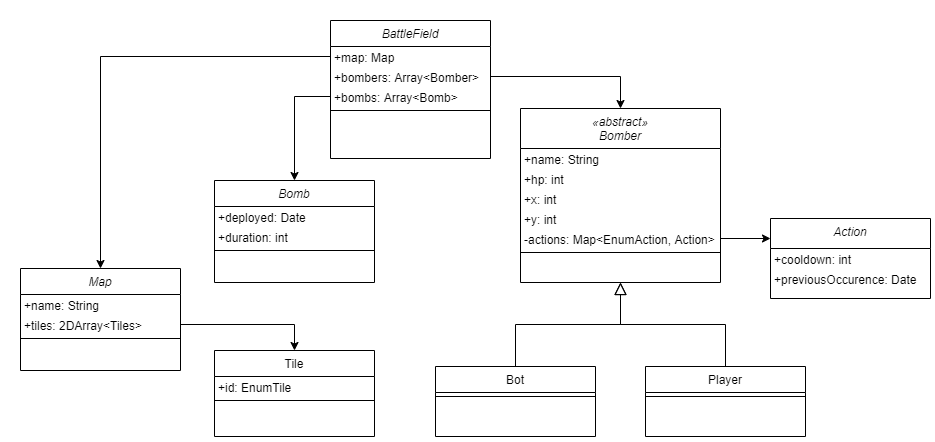
The draw.io diagram docs/GoGo.png in Darderion/GoGo, before a commit. Source tidied: cells renumbered, new cells last; positions are measured from the earlier drawing's top-left corner, leaving out a move shared by most shapes.
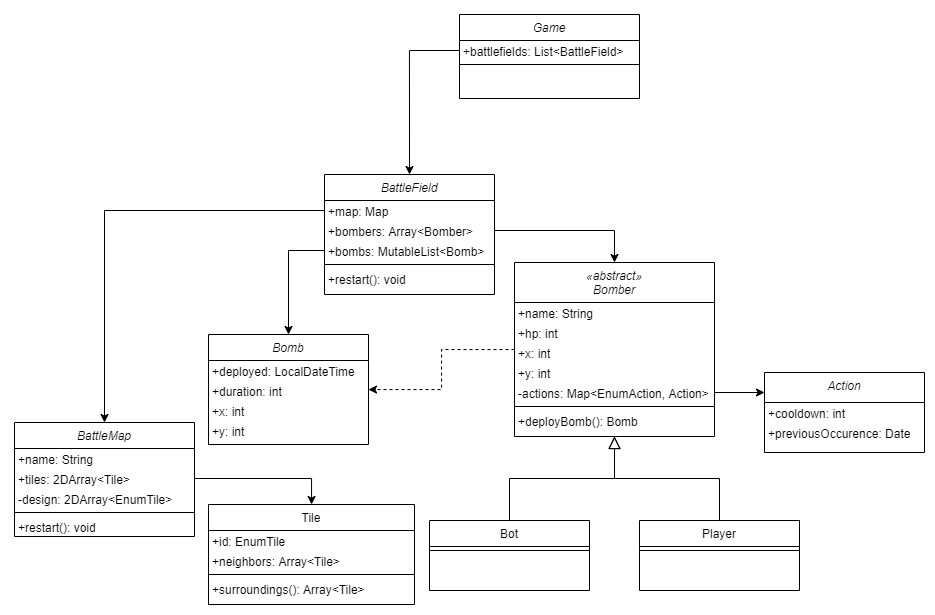
After the commit.

The edit, as a diff of the source:
```diff
@@ -2,42 +2,60 @@
   <root>
     <mxCell id="0" />
     <mxCell id="1" parent="0" />
-    <mxCell id="2" value="Map" style="swimlane;fontStyle=2;align=center;verticalAlign=top;horizontal=1;startSize=26;rounded=0;shadow=0;strokeWidth=1;" parent="1" vertex="1">
-      <mxGeometry y="248" width="160" height="102" as="geometry" />
+    <mxCell id="2" value="BattleMap" style="swimlane;fontStyle=2;align=center;verticalAlign=top;horizontal=1;startSize=26;rounded=0;shadow=0;strokeWidth=1;" parent="1" vertex="1">
+      <mxGeometry y="248" width="180" height="114" as="geometry" />
     </mxCell>
     <mxCell id="3" value="+name: String" style="text;align=left;verticalAlign=top;spacingLeft=4;spacingRight=4;overflow=hidden;spacing=0;" parent="2" vertex="1">
-      <mxGeometry y="26" width="160" height="20" as="geometry" />
+      <mxGeometry y="26" width="180" height="20" as="geometry" />
     </mxCell>
-    <mxCell id="4" value="+tiles: 2DArray&lt;Tiles&gt;" style="text;align=left;verticalAlign=top;spacingLeft=4;spacingRight=4;overflow=hidden;points=[[0,0.5],[1,0.5]];portConstraint=eastwest;spacing=0;" parent="2" vertex="1">
-      <mxGeometry y="46" width="160" height="20" as="geometry" />
+    <mxCell id="4" value="+tiles: 2DArray&lt;Tile&gt;" style="text;align=left;verticalAlign=top;spacingLeft=4;spacingRight=4;overflow=hidden;points=[[0,0.5],[1,0.5]];portConstraint=eastwest;spacing=0;" parent="2" vertex="1">
+      <mxGeometry y="46" width="180" height="20" as="geometry" />
     </mxCell>
+    <mxCell id="39" value="-design: 2DArray&lt;EnumTile&gt;" style="text;align=left;verticalAlign=top;spacingLeft=4;spacingRight=4;overflow=hidden;spacing=0;" parent="2" vertex="1">
+      <mxGeometry y="66" width="180" height="20" as="geometry" />
+    </mxCell>
     <mxCell id="5" style="line;html=1;strokeWidth=1;align=left;verticalAlign=middle;spacingTop=-1;spacingLeft=3;spacingRight=3;labelPosition=right;" parent="2" vertex="1">
-      <mxGeometry y="66" width="160" height="8" as="geometry" />
+      <mxGeometry y="86" width="180" height="8" as="geometry" />
     </mxCell>
+    <mxCell id="40" value="+restart(): void" style="text;align=left;verticalAlign=top;spacingLeft=4;spacingRight=4;overflow=hidden;spacing=0;" parent="2" vertex="1">
+      <mxGeometry y="94" width="180" height="20" as="geometry" />
+    </mxCell>
     <mxCell id="6" value="Tile" style="swimlane;fontStyle=0;align=center;verticalAlign=top;horizontal=1;startSize=26;rounded=0;shadow=0;strokeWidth=1;" parent="1" vertex="1">
-      <mxGeometry x="194" y="330" width="160" height="86" as="geometry" />
+      <mxGeometry x="194" y="330" width="206" height="100" as="geometry" />
     </mxCell>
     <mxCell id="7" value="+id: EnumTile" style="text;align=left;verticalAlign=top;spacingLeft=4;spacingRight=4;overflow=hidden;spacing=0;" parent="6" vertex="1">
-      <mxGeometry y="26" width="160" height="20" as="geometry" />
+      <mxGeometry y="26" width="206" height="20" as="geometry" />
     </mxCell>
+    <mxCell id="41" value="+neighbors: Array&lt;Tile&gt;" style="text;align=left;verticalAlign=top;spacingLeft=4;spacingRight=4;overflow=hidden;spacing=0;" parent="6" vertex="1">
+      <mxGeometry y="46" width="206" height="20" as="geometry" />
+    </mxCell>
     <mxCell id="8" style="line;html=1;strokeWidth=1;align=left;verticalAlign=middle;spacingTop=-1;spacingLeft=3;spacingRight=3;labelPosition=right;" parent="6" vertex="1">
-      <mxGeometry y="46" width="160" height="8" as="geometry" />
+      <mxGeometry y="66" width="206" height="8" as="geometry" />
     </mxCell>
+    <mxCell id="42" value="+surroundings(): Array&lt;Tile&gt;" style="text;align=left;verticalAlign=top;spacingLeft=4;spacingRight=4;overflow=hidden;spacing=0;" parent="6" vertex="1">
+      <mxGeometry y="74" width="206" height="20" as="geometry" />
+    </mxCell>
     <mxCell id="9" value="BattleField" style="swimlane;fontStyle=2;align=center;verticalAlign=top;horizontal=1;startSize=26;rounded=0;shadow=0;strokeWidth=1;" parent="1" vertex="1">
-      <mxGeometry x="310" width="160" height="138" as="geometry" />
+      <mxGeometry x="310" width="170" height="120" as="geometry" />
     </mxCell>
     <mxCell id="10" value="+map: Map" style="text;align=left;verticalAlign=top;spacingLeft=4;spacingRight=4;overflow=hidden;points=[[0,0.5],[1,0.5]];portConstraint=eastwest;spacing=0;" parent="9" vertex="1">
-      <mxGeometry y="26" width="160" height="20" as="geometry" />
+      <mxGeometry y="26" width="170" height="20" as="geometry" />
     </mxCell>
     <mxCell id="11" value="+bombers: Array&lt;Bomber&gt;" style="text;align=left;verticalAlign=top;spacingLeft=4;spacingRight=4;overflow=hidden;points=[[0,0.5],[1,0.5]];portConstraint=eastwest;spacing=0;" parent="9" vertex="1">
-      <mxGeometry y="46" width="160" height="20" as="geometry" />
+      <mxGeometry y="46" width="170" height="20" as="geometry" />
     </mxCell>
-    <mxCell id="12" value="+bombs: Array&lt;Bomb&gt;" style="text;align=left;verticalAlign=top;spacingLeft=4;spacingRight=4;overflow=hidden;points=[[0,0.5],[1,0.5]];portConstraint=eastwest;spacing=0;" parent="9" vertex="1">
-      <mxGeometry y="66" width="160" height="20" as="geometry" />
+    <mxCell id="12" value="+bombs: MutableList&lt;Bomb&gt;" style="text;align=left;verticalAlign=top;spacingLeft=4;spacingRight=4;overflow=hidden;points=[[0,0.5],[1,0.5]];portConstraint=eastwest;spacing=0;" parent="9" vertex="1">
+      <mxGeometry y="66" width="170" height="20" as="geometry" />
     </mxCell>
     <mxCell id="13" style="line;html=1;strokeWidth=1;align=left;verticalAlign=middle;spacingTop=-1;spacingLeft=3;spacingRight=3;labelPosition=right;" parent="9" vertex="1">
-      <mxGeometry y="86" width="160" height="8" as="geometry" />
+      <mxGeometry y="86" width="170" height="8" as="geometry" />
     </mxCell>
+    <mxCell id="43" value="+restart(): void" style="text;align=left;verticalAlign=top;spacingLeft=4;spacingRight=4;overflow=hidden;spacing=0;" parent="9" vertex="1">
+      <mxGeometry y="94" width="170" height="20" as="geometry" />
+    </mxCell>
+    <mxCell id="44" style="edgeStyle=orthogonalEdgeStyle;rounded=0;jettySize=auto;html=1;dashed=1;" parent="1" edge="1" source="14" target="34">
+      <mxGeometry relative="1" as="geometry" />
+    </mxCell>
     <mxCell id="14" value="«abstract»&#10;Bomber" style="swimlane;fontStyle=2;align=center;verticalAlign=top;horizontal=1;startSize=40;rounded=0;shadow=0;strokeWidth=1;" parent="1" vertex="1">
       <mxGeometry x="500" y="88" width="200" height="174" as="geometry" />
     </mxCell>
@@ -59,6 +77,9 @@
     <mxCell id="20" style="line;html=1;strokeWidth=1;align=left;verticalAlign=middle;spacingTop=-1;spacingLeft=3;spacingRight=3;labelPosition=right;" parent="14" vertex="1">
       <mxGeometry y="140" width="200" height="8" as="geometry" />
     </mxCell>
+    <mxCell id="45" value="+deployBomb(): Bomb" style="text;align=left;verticalAlign=top;spacingLeft=4;spacingRight=4;overflow=hidden;rounded=0;shadow=0;html=0;spacing=0;" parent="14" vertex="1">
+      <mxGeometry y="148" width="200" height="20" as="geometry" />
+    </mxCell>
     <mxCell id="21" value="Bot" style="swimlane;fontStyle=0;align=center;verticalAlign=top;horizontal=1;startSize=26;rounded=0;shadow=0;strokeWidth=1;" parent="1" vertex="1">
       <mxGeometry x="415" y="346" width="160" height="70" as="geometry" />
     </mxCell>
@@ -99,19 +120,34 @@
       <mxGeometry relative="1" as="geometry" />
     </mxCell>
     <mxCell id="34" value="Bomb" style="swimlane;fontStyle=2;align=center;verticalAlign=top;horizontal=1;startSize=26;rounded=0;shadow=0;strokeWidth=1;" parent="1" vertex="1">
-      <mxGeometry x="194" y="160" width="160" height="102" as="geometry" />
+      <mxGeometry x="194" y="160" width="160" height="110" as="geometry" />
     </mxCell>
-    <mxCell id="35" value="+deployed: Date" style="text;align=left;verticalAlign=top;spacingLeft=4;spacingRight=4;overflow=hidden;spacing=0;" parent="34" vertex="1">
+    <mxCell id="35" value="+deployed: LocalDateTime" style="text;align=left;verticalAlign=top;spacingLeft=4;spacingRight=4;overflow=hidden;spacing=0;" parent="34" vertex="1">
       <mxGeometry y="26" width="160" height="20" as="geometry" />
     </mxCell>
     <mxCell id="36" value="+duration: int" style="text;align=left;verticalAlign=top;spacingLeft=4;spacingRight=4;overflow=hidden;spacing=0;" parent="34" vertex="1">
       <mxGeometry y="46" width="160" height="20" as="geometry" />
     </mxCell>
-    <mxCell id="37" style="line;html=1;strokeWidth=1;align=left;verticalAlign=middle;spacingTop=-1;spacingLeft=3;spacingRight=3;labelPosition=right;" parent="34" vertex="1">
-      <mxGeometry y="66" width="160" height="8" as="geometry" />
-    </mxCell>
+    <mxCell id="46" value="+x: int" style="text;align=left;verticalAlign=top;spacingLeft=4;spacingRight=4;overflow=hidden;spacing=0;" parent="34" vertex="1">
+      <mxGeometry y="66" width="160" height="20" as="geometry" />
+    </mxCell>
+    <mxCell id="47" value="+y: int" style="text;align=left;verticalAlign=top;spacingLeft=4;spacingRight=4;overflow=hidden;spacing=0;" parent="34" vertex="1">
+      <mxGeometry y="86" width="160" height="20" as="geometry" />
+    </mxCell>
     <mxCell id="38" style="edgeStyle=orthogonalEdgeStyle;rounded=0;jettySize=auto;html=1;entryX=0.5;entryY=0;entryDx=0;entryDy=0;" parent="1" edge="1" source="12" target="34">
       <mxGeometry relative="1" as="geometry" />
     </mxCell>
+    <mxCell id="48" value="Game" style="swimlane;fontStyle=2;align=center;verticalAlign=top;horizontal=1;startSize=26;rounded=0;shadow=0;strokeWidth=1;" parent="1" vertex="1">
+      <mxGeometry x="445" y="-160" width="180" height="84" as="geometry" />
+    </mxCell>
+    <mxCell id="49" value="+battlefields: List&lt;BattleField&gt;" style="text;align=left;verticalAlign=top;spacingLeft=4;spacingRight=4;overflow=hidden;points=[[0,0.5],[1,0.5]];portConstraint=eastwest;spacing=0;" parent="48" vertex="1">
+      <mxGeometry y="26" width="180" height="20" as="geometry" />
+    </mxCell>
+    <mxCell id="50" style="line;html=1;strokeWidth=1;align=left;verticalAlign=middle;spacingTop=-1;spacingLeft=3;spacingRight=3;labelPosition=right;" parent="48" vertex="1">
+      <mxGeometry y="46" width="180" height="8" as="geometry" />
+    </mxCell>
+    <mxCell id="51" style="edgeStyle=orthogonalEdgeStyle;rounded=0;jettySize=auto;html=1;entryX=0.5;entryY=0;entryDx=0;entryDy=0;" parent="1" edge="1" source="49" target="9">
+      <mxGeometry relative="1" as="geometry" />
+    </mxCell>
   </root>
 </mxGraphModel>
```
